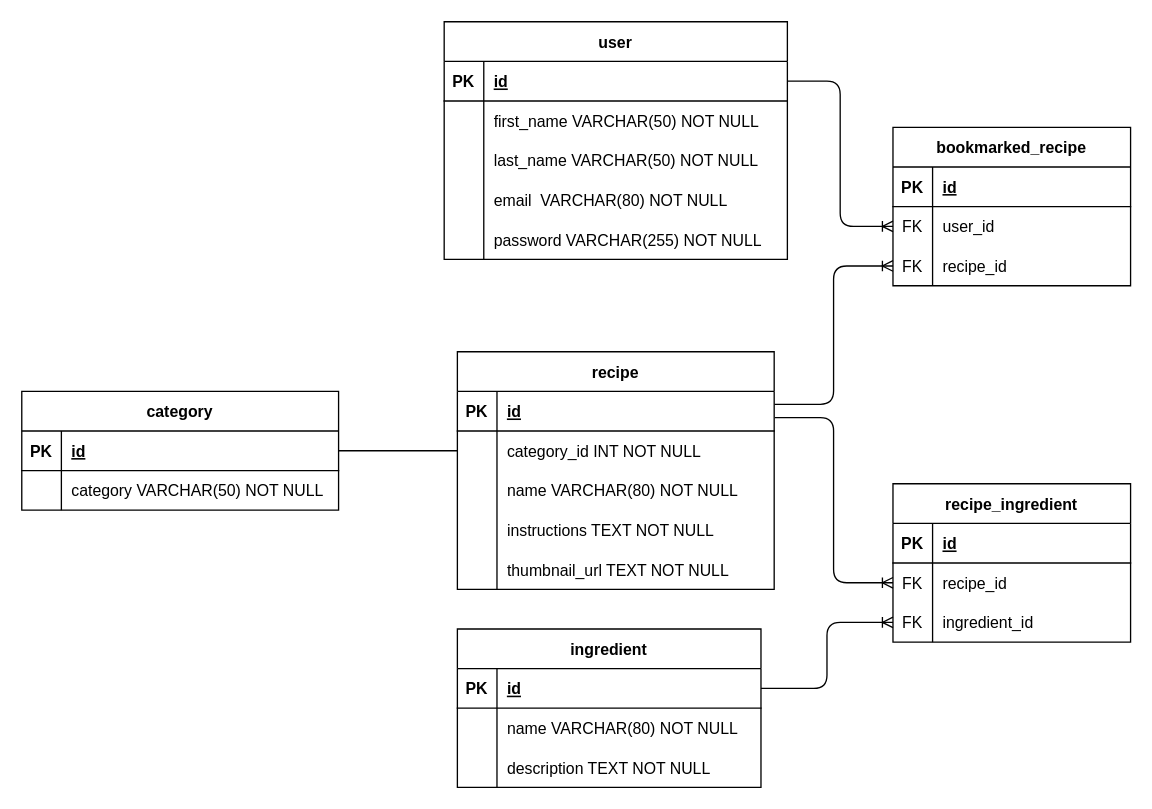
Before: database/schema.drawio in novaotp/open-recipies, a draw.io diagram. Source tidied: cells renumbered, new cells numbered last; positions are measured from the earlier drawing's top-left corner, leaving out a move shared by most shapes. Both pictures are drawn from the tidied source at 132%, with x=0, y=0 at pixel (21, 21).
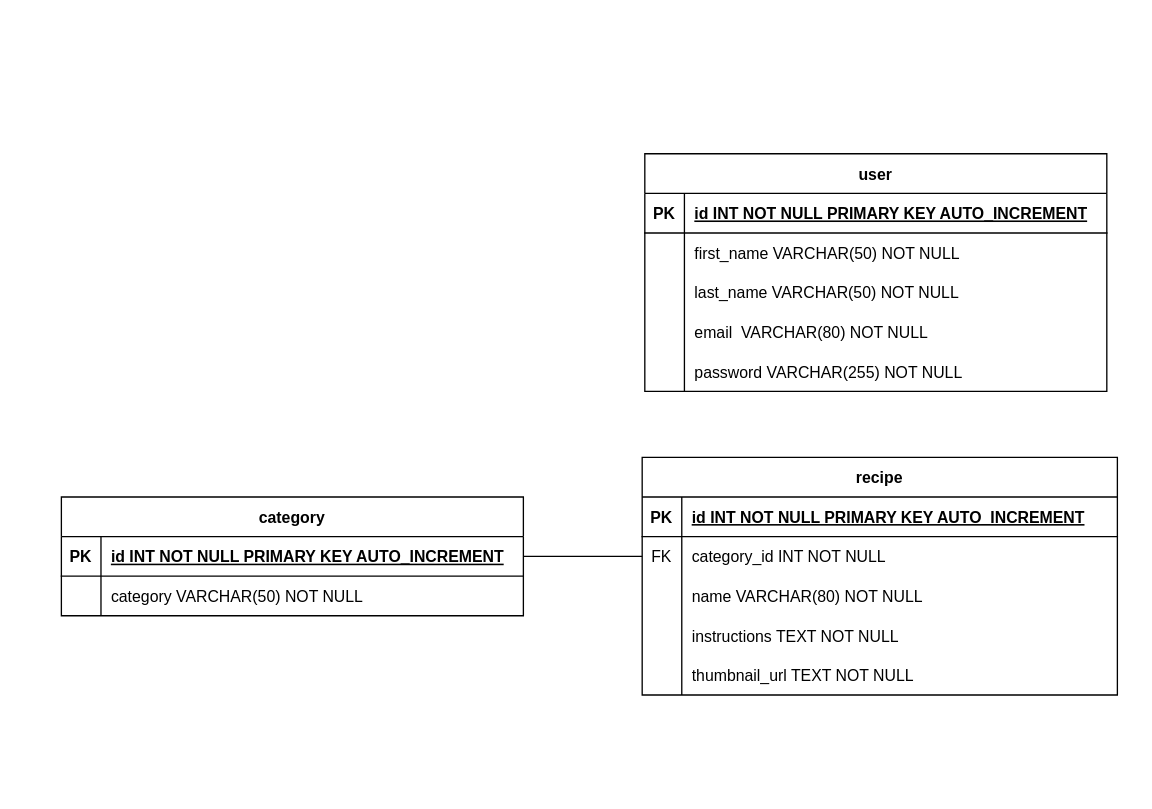
The same page after the edit.

Diff of the diagram source:
```diff
@@
     <mxCell id="2" value="user" style="shape=table;startSize=30;childLayout=tableLayout;rowLines=0;fontStyle=1;align=center;" parent="1" vertex="1">
-      <mxGeometry x="320" width="260" height="180" as="geometry" />
+      <mxGeometry x="472" y="100" width="350" height="180" as="geometry" />
     </mxCell>
     <mxCell id="3" style="shape=tableRow;horizontal=0;startSize=0;swimlaneHead=0;swimlaneBody=0;fillColor=none;points=[[0,0.5],[1,0.5]];portConstraint=eastwest;top=0;left=0;right=0;bottom=1;" parent="2" vertex="1">
-      <mxGeometry y="30" width="260" height="30" as="geometry" />
+      <mxGeometry y="30" width="350" height="30" as="geometry" />
     </mxCell>
@@
-    <mxCell id="5" value="id" style="shape=partialRectangle;fillColor=none;top=0;left=0;bottom=0;right=0;align=left;spacingLeft=6;fontStyle=5;overflow=hidden;" parent="3" vertex="1">
-      <mxGeometry x="30" width="230" height="30" as="geometry" />
+    <mxCell id="5" value="id INT NOT NULL PRIMARY KEY AUTO_INCREMENT" style="shape=partialRectangle;fillColor=none;top=0;left=0;bottom=0;right=0;align=left;spacingLeft=6;fontStyle=5;overflow=hidden;" parent="3" vertex="1">
+      <mxGeometry x="30" width="320" height="30" as="geometry" />
     </mxCell>
     <mxCell id="6" style="shape=tableRow;horizontal=0;startSize=0;swimlaneHead=0;swimlaneBody=0;fillColor=none;top=0;left=0;right=0;bottom=0;" parent="2" vertex="1">
-      <mxGeometry y="60" width="260" height="30" as="geometry" />
+      <mxGeometry y="60" width="350" height="30" as="geometry" />
     </mxCell>
@@
     <mxCell id="8" value="first_name VARCHAR(50) NOT NULL" style="shape=partialRectangle;fillColor=none;top=0;left=0;bottom=0;right=0;align=left;spacingLeft=6;overflow=hidden;" parent="6" vertex="1">
-      <mxGeometry x="30" width="230" height="30" as="geometry" />
+      <mxGeometry x="30" width="320" height="30" as="geometry" />
     </mxCell>
     <mxCell id="9" style="shape=tableRow;horizontal=0;startSize=0;swimlaneHead=0;swimlaneBody=0;fillColor=none;top=0;left=0;right=0;bottom=0;" parent="2" vertex="1">
-      <mxGeometry y="90" width="260" height="30" as="geometry" />
+      <mxGeometry y="90" width="350" height="30" as="geometry" />
     </mxCell>
@@
     <mxCell id="11" value="last_name VARCHAR(50) NOT NULL" style="shape=partialRectangle;fillColor=none;top=0;left=0;bottom=0;right=0;align=left;spacingLeft=6;overflow=hidden;" parent="9" vertex="1">
-      <mxGeometry x="30" width="230" height="30" as="geometry" />
+      <mxGeometry x="30" width="320" height="30" as="geometry" />
     </mxCell>
     <mxCell id="12" style="shape=tableRow;horizontal=0;startSize=0;swimlaneHead=0;swimlaneBody=0;fillColor=none;top=0;left=0;right=0;bottom=0;" parent="2" vertex="1">
-      <mxGeometry y="120" width="260" height="30" as="geometry" />
+      <mxGeometry y="120" width="350" height="30" as="geometry" />
     </mxCell>
@@
     <mxCell id="14" value="email  VARCHAR(80) NOT NULL" style="shape=partialRectangle;fillColor=none;top=0;left=0;bottom=0;right=0;align=left;spacingLeft=6;overflow=hidden;" parent="12" vertex="1">
-      <mxGeometry x="30" width="230" height="30" as="geometry" />
+      <mxGeometry x="30" width="320" height="30" as="geometry" />
     </mxCell>
     <mxCell id="15" style="shape=tableRow;horizontal=0;startSize=0;swimlaneHead=0;swimlaneBody=0;fillColor=none;top=0;left=0;right=0;bottom=0;" parent="2" vertex="1">
-      <mxGeometry y="150" width="260" height="30" as="geometry" />
+      <mxGeometry y="150" width="350" height="30" as="geometry" />
     </mxCell>
@@
     <mxCell id="17" value="password VARCHAR(255) NOT NULL" style="shape=partialRectangle;fillColor=none;top=0;left=0;bottom=0;right=0;align=left;spacingLeft=6;overflow=hidden;" parent="15" vertex="1">
-      <mxGeometry x="30" width="230" height="30" as="geometry" />
+      <mxGeometry x="30" width="320" height="30" as="geometry" />
     </mxCell>
     <mxCell id="18" value="recipe" style="shape=table;startSize=30;childLayout=tableLayout;rowLines=0;fontStyle=1;align=center;" parent="1" vertex="1">
-      <mxGeometry x="330" y="250" width="240" height="180" as="geometry" />
+      <mxGeometry x="470" y="330" width="360" height="180" as="geometry" />
     </mxCell>
     <mxCell id="19" style="shape=tableRow;horizontal=0;startSize=0;swimlaneHead=0;swimlaneBody=0;fillColor=none;points=[[0,0.5],[1,0.5]];portConstraint=eastwest;top=0;left=0;right=0;bottom=1;" parent="18" vertex="1">
-      <mxGeometry y="30" width="240" height="30" as="geometry" />
+      <mxGeometry y="30" width="360" height="30" as="geometry" />
     </mxCell>
@@
-    <mxCell id="21" value="id" style="shape=partialRectangle;fillColor=none;top=0;left=0;bottom=0;right=0;align=left;spacingLeft=6;fontStyle=5;overflow=hidden;" parent="19" vertex="1">
-      <mxGeometry x="30" width="210" height="30" as="geometry" />
+    <mxCell id="21" value="id INT NOT NULL PRIMARY KEY AUTO_INCREMENT" style="shape=partialRectangle;fillColor=none;top=0;left=0;bottom=0;right=0;align=left;spacingLeft=6;fontStyle=5;overflow=hidden;" parent="19" vertex="1">
+      <mxGeometry x="30" width="330" height="30" as="geometry" />
     </mxCell>
     <mxCell id="22" style="shape=tableRow;horizontal=0;startSize=0;swimlaneHead=0;swimlaneBody=0;fillColor=none;points=[[0,0.5],[1,0.5]];portConstraint=eastwest;top=0;left=0;right=0;bottom=0;" parent="18" vertex="1">
-      <mxGeometry y="60" width="240" height="30" as="geometry" />
+      <mxGeometry y="60" width="360" height="30" as="geometry" />
     </mxCell>
-    <mxCell id="23" style="shape=partialRectangle;fillColor=none;top=0;left=0;bottom=0;right=0;overflow=hidden;" parent="22" vertex="1">
+    <mxCell id="23" value="FK" style="shape=partialRectangle;fillColor=none;top=0;left=0;bottom=0;right=0;overflow=hidden;" parent="22" vertex="1">
       <mxGeometry width="30" height="30" as="geometry" />
     </mxCell>
     <mxCell id="24" value="category_id INT NOT NULL" style="shape=partialRectangle;fillColor=none;top=0;left=0;bottom=0;right=0;align=left;spacingLeft=6;overflow=hidden;" parent="22" vertex="1">
-      <mxGeometry x="30" width="210" height="30" as="geometry" />
+      <mxGeometry x="30" width="330" height="30" as="geometry" />
     </mxCell>
     <mxCell id="25" style="shape=tableRow;horizontal=0;startSize=0;swimlaneHead=0;swimlaneBody=0;fillColor=none;top=0;left=0;right=0;bottom=0;" parent="18" vertex="1">
-      <mxGeometry y="90" width="240" height="30" as="geometry" />
+      <mxGeometry y="90" width="360" height="30" as="geometry" />
     </mxCell>
@@
     <mxCell id="27" value="name VARCHAR(80) NOT NULL" style="shape=partialRectangle;fillColor=none;top=0;left=0;bottom=0;right=0;align=left;spacingLeft=6;overflow=hidden;" parent="25" vertex="1">
-      <mxGeometry x="30" width="210" height="30" as="geometry" />
+      <mxGeometry x="30" width="330" height="30" as="geometry" />
     </mxCell>
     <mxCell id="28" style="shape=tableRow;horizontal=0;startSize=0;swimlaneHead=0;swimlaneBody=0;fillColor=none;top=0;left=0;right=0;bottom=0;" parent="18" vertex="1">
-      <mxGeometry y="120" width="240" height="30" as="geometry" />
+      <mxGeometry y="120" width="360" height="30" as="geometry" />
     </mxCell>
@@
     <mxCell id="30" value="instructions TEXT NOT NULL" style="shape=partialRectangle;fillColor=none;top=0;left=0;bottom=0;right=0;align=left;spacingLeft=6;overflow=hidden;" parent="28" vertex="1">
-      <mxGeometry x="30" width="210" height="30" as="geometry" />
+      <mxGeometry x="30" width="330" height="30" as="geometry" />
     </mxCell>
     <mxCell id="31" style="shape=tableRow;horizontal=0;startSize=0;swimlaneHead=0;swimlaneBody=0;fillColor=none;top=0;left=0;right=0;bottom=0;" parent="18" vertex="1">
-      <mxGeometry y="150" width="240" height="30" as="geometry" />
+      <mxGeometry y="150" width="360" height="30" as="geometry" />
     </mxCell>
@@
     <mxCell id="33" value="thumbnail_url TEXT NOT NULL" style="shape=partialRectangle;fillColor=none;top=0;left=0;bottom=0;right=0;align=left;spacingLeft=6;overflow=hidden;" parent="31" vertex="1">
-      <mxGeometry x="30" width="210" height="30" as="geometry" />
+      <mxGeometry x="30" width="330" height="30" as="geometry" />
     </mxCell>
-    <mxCell id="34" value="bookmarked_recipe" style="shape=table;startSize=30;childLayout=tableLayout;rowLines=0;fontStyle=1;align=center;" parent="1" vertex="1">
-      <mxGeometry x="660" y="80" width="180" height="120" as="geometry" />
-    </mxCell>
-    <mxCell id="35" style="shape=tableRow;horizontal=0;startSize=0;swimlaneHead=0;swimlaneBody=0;fillColor=none;top=0;left=0;right=0;bottom=1;" parent="34" vertex="1">
-      <mxGeometry y="30" width="180" height="30" as="geometry" />
-    </mxCell>
-    <mxCell id="36" value="PK" style="shape=partialRectangle;fillColor=none;top=0;left=0;bottom=0;right=0;fontStyle=1;overflow=hidden;" parent="35" vertex="1">
-      <mxGeometry width="30" height="30" as="geometry" />
-    </mxCell>
-    <mxCell id="37" value="id" style="shape=partialRectangle;fillColor=none;top=0;left=0;bottom=0;right=0;align=left;spacingLeft=6;fontStyle=5;overflow=hidden;" parent="35" vertex="1">
-      <mxGeometry x="30" width="150" height="30" as="geometry" />
-    </mxCell>
-    <mxCell id="38" style="shape=tableRow;horizontal=0;startSize=0;swimlaneHead=0;swimlaneBody=0;fillColor=none;points=[[0,0.5],[1,0.5]];portConstraint=eastwest;top=0;left=0;right=0;bottom=0;" parent="34" vertex="1">
-      <mxGeometry y="60" width="180" height="30" as="geometry" />
-    </mxCell>
-    <mxCell id="39" value="FK" style="shape=partialRectangle;fillColor=none;top=0;left=0;bottom=0;right=0;overflow=hidden;" parent="38" vertex="1">
-      <mxGeometry width="30" height="30" as="geometry" />
-    </mxCell>
-    <mxCell id="40" value="user_id" style="shape=partialRectangle;fillColor=none;top=0;left=0;bottom=0;right=0;align=left;spacingLeft=6;overflow=hidden;" parent="38" vertex="1">
-      <mxGeometry x="30" width="150" height="30" as="geometry" />
-    </mxCell>
-    <mxCell id="41" style="shape=tableRow;horizontal=0;startSize=0;swimlaneHead=0;swimlaneBody=0;fillColor=none;points=[[0,0.5],[1,0.5]];portConstraint=eastwest;top=0;left=0;right=0;bottom=0;" parent="34" vertex="1">
-      <mxGeometry y="90" width="180" height="30" as="geometry" />
-    </mxCell>
-    <mxCell id="42" value="FK" style="shape=partialRectangle;fillColor=none;top=0;left=0;bottom=0;right=0;overflow=hidden;" parent="41" vertex="1">
-      <mxGeometry width="30" height="30" as="geometry" />
-    </mxCell>
-    <mxCell id="43" value="recipe_id" style="shape=partialRectangle;fillColor=none;top=0;left=0;bottom=0;right=0;align=left;spacingLeft=6;overflow=hidden;" parent="41" vertex="1">
-      <mxGeometry x="30" width="150" height="30" as="geometry" />
-    </mxCell>
-    <mxCell id="44" style="edgeStyle=orthogonalEdgeStyle;fontSize=12;html=1;endArrow=ERoneToMany;exitX=1;exitY=0.5;exitDx=0;exitDy=0;entryX=0;entryY=0.5;entryDx=0;entryDy=0;" parent="1" edge="1" source="3" target="38">
-      <mxGeometry relative="1" as="geometry" />
-    </mxCell>
-    <mxCell id="45" style="edgeStyle=orthogonalEdgeStyle;fontSize=12;html=1;endArrow=ERoneToMany;exitX=1.001;exitY=0.326;exitDx=0;exitDy=0;entryX=0;entryY=0.5;entryDx=0;entryDy=0;exitPerimeter=0;" parent="1" edge="1" source="19" target="41">
-      <mxGeometry relative="1" as="geometry" />
-    </mxCell>
-    <mxCell id="46" value="ingredient" style="shape=table;startSize=30;childLayout=tableLayout;rowLines=0;fontStyle=1;align=center;" parent="1" vertex="1">
-      <mxGeometry x="330" y="460" width="230" height="120" as="geometry" />
-    </mxCell>
-    <mxCell id="47" style="shape=tableRow;horizontal=0;startSize=0;swimlaneHead=0;swimlaneBody=0;fillColor=none;points=[[0,0.5],[1,0.5]];portConstraint=eastwest;top=0;left=0;right=0;bottom=1;" parent="46" vertex="1">
-      <mxGeometry y="30" width="230" height="30" as="geometry" />
-    </mxCell>
-    <mxCell id="48" value="PK" style="shape=partialRectangle;fillColor=none;top=0;left=0;bottom=0;right=0;fontStyle=1;overflow=hidden;" parent="47" vertex="1">
-      <mxGeometry width="30" height="30" as="geometry" />
-    </mxCell>
-    <mxCell id="49" value="id" style="shape=partialRectangle;fillColor=none;top=0;left=0;bottom=0;right=0;align=left;spacingLeft=6;fontStyle=5;overflow=hidden;" parent="47" vertex="1">
-      <mxGeometry x="30" width="200" height="30" as="geometry" />
-    </mxCell>
-    <mxCell id="50" style="shape=tableRow;horizontal=0;startSize=0;swimlaneHead=0;swimlaneBody=0;fillColor=none;top=0;left=0;right=0;bottom=0;" parent="46" vertex="1">
-      <mxGeometry y="60" width="230" height="30" as="geometry" />
-    </mxCell>
-    <mxCell id="51" style="shape=partialRectangle;fillColor=none;top=0;left=0;bottom=0;right=0;overflow=hidden;" parent="50" vertex="1">
-      <mxGeometry width="30" height="30" as="geometry" />
-    </mxCell>
-    <mxCell id="52" value="name VARCHAR(80) NOT NULL" style="shape=partialRectangle;fillColor=none;top=0;left=0;bottom=0;right=0;align=left;spacingLeft=6;overflow=hidden;" parent="50" vertex="1">
-      <mxGeometry x="30" width="200" height="30" as="geometry" />
-    </mxCell>
-    <mxCell id="53" style="shape=tableRow;horizontal=0;startSize=0;swimlaneHead=0;swimlaneBody=0;fillColor=none;top=0;left=0;right=0;bottom=0;" parent="46" vertex="1">
-      <mxGeometry y="90" width="230" height="30" as="geometry" />
-    </mxCell>
-    <mxCell id="54" style="shape=partialRectangle;fillColor=none;top=0;left=0;bottom=0;right=0;overflow=hidden;" parent="53" vertex="1">
-      <mxGeometry width="30" height="30" as="geometry" />
-    </mxCell>
-    <mxCell id="55" value="description TEXT NOT NULL" style="shape=partialRectangle;fillColor=none;top=0;left=0;bottom=0;right=0;align=left;spacingLeft=6;overflow=hidden;" parent="53" vertex="1">
-      <mxGeometry x="30" width="200" height="30" as="geometry" />
-    </mxCell>
     <mxCell id="56" value="category" style="shape=table;startSize=30;childLayout=tableLayout;rowLines=0;fontStyle=1;align=center;" parent="1" vertex="1">
-      <mxGeometry y="280" width="240" height="90" as="geometry" />
+      <mxGeometry x="30" y="360" width="350" height="90" as="geometry" />
     </mxCell>
     <mxCell id="57" style="shape=tableRow;horizontal=0;startSize=0;swimlaneHead=0;swimlaneBody=0;fillColor=none;points=[[0,0.5],[1,0.5]];portConstraint=eastwest;top=0;left=0;right=0;bottom=1;" parent="56" vertex="1">
-      <mxGeometry y="30" width="240" height="30" as="geometry" />
+      <mxGeometry y="30" width="350" height="30" as="geometry" />
     </mxCell>
@@
-    <mxCell id="59" value="id" style="shape=partialRectangle;fillColor=none;top=0;left=0;bottom=0;right=0;align=left;spacingLeft=6;fontStyle=5;overflow=hidden;" parent="57" vertex="1">
-      <mxGeometry x="30" width="210" height="30" as="geometry" />
+    <mxCell id="59" value="id INT NOT NULL PRIMARY KEY AUTO_INCREMENT" style="shape=partialRectangle;fillColor=none;top=0;left=0;bottom=0;right=0;align=left;spacingLeft=6;fontStyle=5;overflow=hidden;" parent="57" vertex="1">
+      <mxGeometry x="30" width="320" height="30" as="geometry" />
     </mxCell>
     <mxCell id="60" style="shape=tableRow;horizontal=0;startSize=0;swimlaneHead=0;swimlaneBody=0;fillColor=none;top=0;left=0;right=0;bottom=0;" parent="56" vertex="1">
-      <mxGeometry y="60" width="240" height="30" as="geometry" />
+      <mxGeometry y="60" width="350" height="30" as="geometry" />
     </mxCell>
@@
     <mxCell id="62" value="category VARCHAR(50) NOT NULL" style="shape=partialRectangle;fillColor=none;top=0;left=0;bottom=0;right=0;align=left;spacingLeft=6;overflow=hidden;" parent="60" vertex="1">
-      <mxGeometry x="30" width="210" height="30" as="geometry" />
+      <mxGeometry x="30" width="320" height="30" as="geometry" />
     </mxCell>
@@
-    <mxCell id="64" value="recipe_ingredient" style="shape=table;startSize=30;childLayout=tableLayout;rowLines=0;fontStyle=1;align=center;" parent="1" vertex="1">
-      <mxGeometry x="660" y="350" width="180" height="120" as="geometry" />
-    </mxCell>
-    <mxCell id="65" style="shape=tableRow;horizontal=0;startSize=0;swimlaneHead=0;swimlaneBody=0;fillColor=none;top=0;left=0;right=0;bottom=1;" parent="64" vertex="1">
-      <mxGeometry y="30" width="180" height="30" as="geometry" />
-    </mxCell>
-    <mxCell id="66" value="PK" style="shape=partialRectangle;fillColor=none;top=0;left=0;bottom=0;right=0;fontStyle=1;overflow=hidden;" parent="65" vertex="1">
-      <mxGeometry width="30" height="30" as="geometry" />
-    </mxCell>
-    <mxCell id="67" value="id" style="shape=partialRectangle;fillColor=none;top=0;left=0;bottom=0;right=0;align=left;spacingLeft=6;fontStyle=5;overflow=hidden;" parent="65" vertex="1">
-      <mxGeometry x="30" width="150" height="30" as="geometry" />
-    </mxCell>
-    <mxCell id="68" style="shape=tableRow;horizontal=0;startSize=0;swimlaneHead=0;swimlaneBody=0;fillColor=none;points=[[0,0.5],[1,0.5]];portConstraint=eastwest;top=0;left=0;right=0;bottom=0;" parent="64" vertex="1">
-      <mxGeometry y="60" width="180" height="30" as="geometry" />
-    </mxCell>
-    <mxCell id="69" value="FK" style="shape=partialRectangle;fillColor=none;top=0;left=0;bottom=0;right=0;overflow=hidden;" parent="68" vertex="1">
-      <mxGeometry width="30" height="30" as="geometry" />
-    </mxCell>
-    <mxCell id="70" value="recipe_id" style="shape=partialRectangle;fillColor=none;top=0;left=0;bottom=0;right=0;align=left;spacingLeft=6;overflow=hidden;" parent="68" vertex="1">
-      <mxGeometry x="30" width="150" height="30" as="geometry" />
-    </mxCell>
-    <mxCell id="71" style="shape=tableRow;horizontal=0;startSize=0;swimlaneHead=0;swimlaneBody=0;fillColor=none;points=[[0,0.5],[1,0.5]];portConstraint=eastwest;top=0;left=0;right=0;bottom=0;" parent="64" vertex="1">
-      <mxGeometry y="90" width="180" height="30" as="geometry" />
-    </mxCell>
-    <mxCell id="72" value="FK" style="shape=partialRectangle;fillColor=none;top=0;left=0;bottom=0;right=0;overflow=hidden;" parent="71" vertex="1">
-      <mxGeometry width="30" height="30" as="geometry" />
-    </mxCell>
-    <mxCell id="73" value="ingredient_id" style="shape=partialRectangle;fillColor=none;top=0;left=0;bottom=0;right=0;align=left;spacingLeft=6;overflow=hidden;" parent="71" vertex="1">
-      <mxGeometry x="30" width="150" height="30" as="geometry" />
-    </mxCell>
-    <mxCell id="74" style="edgeStyle=orthogonalEdgeStyle;fontSize=12;html=1;endArrow=ERoneToMany;exitX=1.002;exitY=0.664;exitDx=0;exitDy=0;entryX=0;entryY=0.5;entryDx=0;entryDy=0;exitPerimeter=0;" parent="1" edge="1" source="19" target="68">
-      <mxGeometry relative="1" as="geometry" />
-    </mxCell>
-    <mxCell id="75" style="edgeStyle=orthogonalEdgeStyle;fontSize=12;html=1;endArrow=ERoneToMany;exitX=1;exitY=0.5;exitDx=0;exitDy=0;entryX=0;entryY=0.5;entryDx=0;entryDy=0;" parent="1" edge="1" source="47" target="71">
-      <mxGeometry relative="1" as="geometry" />
-    </mxCell>
```
